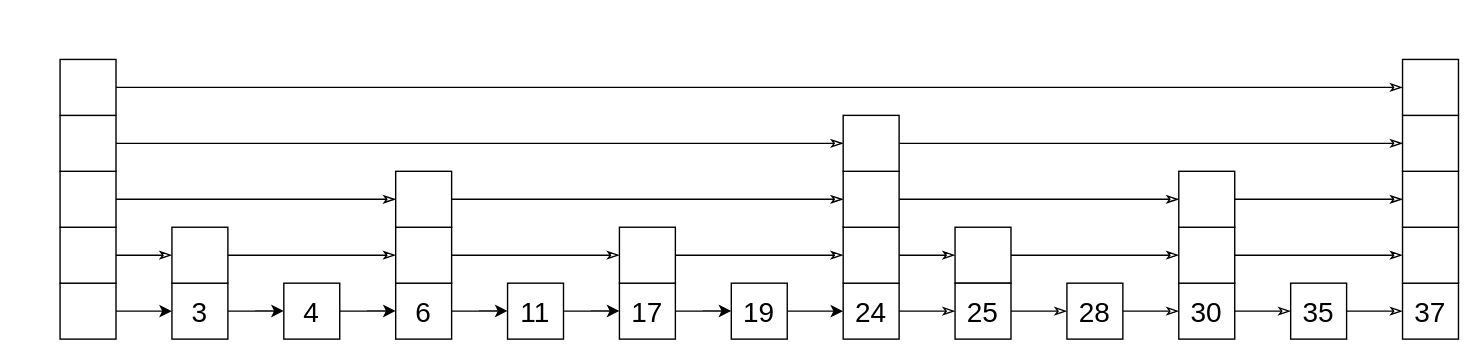
Before: resources/skiplist/sl_simple.svg, a diagram exported from draw.io (benjdod/datastructures). Source tidied: cells renumbered, new cells last; positions are measured from the earlier drawing's top-left corner, leaving out a move shared by most shapes.
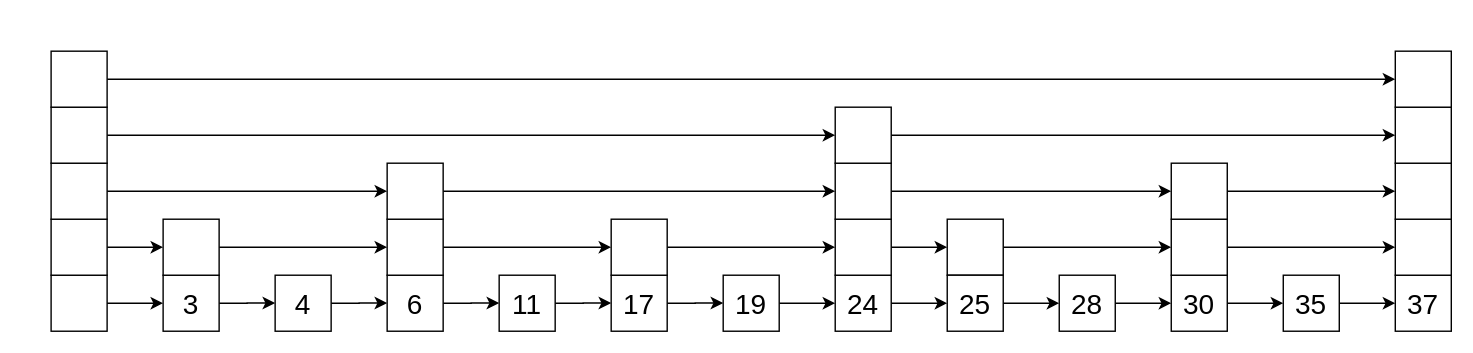
Later version of the same file.

Change to the diagram source:
```diff
@@ -54,61 +54,61 @@
     <mxCell id="15" style="edgeStyle=orthogonalEdgeStyle;rounded=0;jettySize=auto;html=1;exitX=1;exitY=0.5;exitDx=0;exitDy=0;" parent="1" edge="1" source="2" target="14">
       <mxGeometry relative="1" as="geometry" />
     </mxCell>
-    <mxCell id="16" style="edgeStyle=none;rounded=0;jettySize=auto;html=1;exitX=1;exitY=0.5;exitDx=0;exitDy=0;entryX=0;entryY=0.5;entryDx=0;entryDy=0;startArrow=none;startFill=0;endArrow=classicThin;endFill=0;strokeWidth=1;fontFamily=Helvetica;fontSize=12;" parent="1" edge="1" source="17" target="38">
+    <mxCell id="16" style="edgeStyle=none;rounded=0;jettySize=auto;html=1;exitX=1;exitY=0.5;exitDx=0;exitDy=0;entryX=0;entryY=0.5;entryDx=0;entryDy=0;startArrow=none;startFill=0;endArrow=classic;endFill=1;strokeWidth=1;fontFamily=Helvetica;fontSize=12;" parent="1" edge="1" source="17" target="38">
       <mxGeometry relative="1" as="geometry" />
     </mxCell>
     <mxCell id="17" style="whiteSpace=wrap;html=1;fontSize=10;fontFamily=Helvetica;" parent="1" vertex="1">
       <mxGeometry y="120" width="40" height="40" as="geometry" />
     </mxCell>
-    <mxCell id="18" style="edgeStyle=none;rounded=0;jettySize=auto;html=1;exitX=1;exitY=0.5;exitDx=0;exitDy=0;entryX=0;entryY=0.5;entryDx=0;entryDy=0;startArrow=none;startFill=0;endArrow=classicThin;endFill=0;strokeWidth=1;fontFamily=Helvetica;fontSize=12;" parent="1" edge="1" source="19" target="21">
+    <mxCell id="18" style="edgeStyle=none;rounded=0;jettySize=auto;html=1;exitX=1;exitY=0.5;exitDx=0;exitDy=0;entryX=0;entryY=0.5;entryDx=0;entryDy=0;startArrow=none;startFill=0;endArrow=classic;endFill=1;strokeWidth=1;fontFamily=Helvetica;fontSize=12;" parent="1" edge="1" source="19" target="21">
       <mxGeometry relative="1" as="geometry" />
     </mxCell>
     <mxCell id="19" style="whiteSpace=wrap;html=1;fontSize=20;fontFamily=Helvetica;" parent="1" vertex="1">
       <mxGeometry x="240" y="120" width="40" height="40" as="geometry" />
     </mxCell>
-    <mxCell id="20" style="edgeStyle=none;rounded=0;jettySize=auto;html=1;exitX=1;exitY=0.5;exitDx=0;exitDy=0;entryX=0;entryY=0.5;entryDx=0;entryDy=0;startArrow=none;startFill=0;endArrow=classicThin;endFill=0;strokeWidth=1;fontFamily=Helvetica;fontSize=12;" parent="1" edge="1" source="21" target="25">
+    <mxCell id="20" style="edgeStyle=none;rounded=0;jettySize=auto;html=1;exitX=1;exitY=0.5;exitDx=0;exitDy=0;entryX=0;entryY=0.5;entryDx=0;entryDy=0;startArrow=none;startFill=0;endArrow=classic;endFill=1;strokeWidth=1;fontFamily=Helvetica;fontSize=12;" parent="1" edge="1" source="21" target="25">
       <mxGeometry relative="1" as="geometry" />
     </mxCell>
     <mxCell id="21" style="whiteSpace=wrap;html=1;fontSize=12;fontFamily=Helvetica;" parent="1" vertex="1">
       <mxGeometry x="400" y="120" width="40" height="40" as="geometry" />
     </mxCell>
-    <mxCell id="22" style="edgeStyle=none;rounded=0;jettySize=auto;html=1;exitX=1;exitY=0.5;exitDx=0;exitDy=0;entryX=0;entryY=0.5;entryDx=0;entryDy=0;startArrow=none;startFill=0;endArrow=classicThin;endFill=0;strokeWidth=1;fontFamily=Helvetica;fontSize=12;" parent="1" edge="1" source="23" target="29">
+    <mxCell id="22" style="edgeStyle=none;rounded=0;jettySize=auto;html=1;exitX=1;exitY=0.5;exitDx=0;exitDy=0;entryX=0;entryY=0.5;entryDx=0;entryDy=0;startArrow=none;startFill=0;endArrow=classic;endFill=1;strokeWidth=1;fontFamily=Helvetica;fontSize=12;" parent="1" edge="1" source="23" target="29">
       <mxGeometry relative="1" as="geometry" />
     </mxCell>
     <mxCell id="23" value="24" style="whiteSpace=wrap;html=1;fontSize=20;fontFamily=Helvetica;" parent="1" vertex="1">
       <mxGeometry x="560" y="160" width="40" height="40" as="geometry" />
     </mxCell>
-    <mxCell id="24" style="edgeStyle=none;rounded=0;jettySize=auto;html=1;exitX=1;exitY=0.5;exitDx=0;exitDy=0;entryX=0;entryY=0.5;entryDx=0;entryDy=0;startArrow=none;startFill=0;endArrow=classicThin;endFill=0;strokeWidth=1;fontFamily=Helvetica;fontSize=12;" parent="1" edge="1" source="25" target="27">
+    <mxCell id="24" style="edgeStyle=none;rounded=0;jettySize=auto;html=1;exitX=1;exitY=0.5;exitDx=0;exitDy=0;entryX=0;entryY=0.5;entryDx=0;entryDy=0;startArrow=none;startFill=0;endArrow=classic;endFill=1;strokeWidth=1;fontFamily=Helvetica;fontSize=12;" parent="1" edge="1" source="25" target="27">
       <mxGeometry relative="1" as="geometry" />
     </mxCell>
     <mxCell id="25" style="whiteSpace=wrap;html=1;fontSize=20;fontFamily=Helvetica;" parent="1" vertex="1">
       <mxGeometry x="560" y="120" width="40" height="40" as="geometry" />
     </mxCell>
-    <mxCell id="26" style="edgeStyle=none;rounded=0;jettySize=auto;html=1;exitX=1;exitY=0.5;exitDx=0;exitDy=0;entryX=0;entryY=0.5;entryDx=0;entryDy=0;startArrow=none;startFill=0;endArrow=classicThin;endFill=0;strokeWidth=1;fontFamily=Helvetica;fontSize=12;" parent="1" edge="1" source="27" target="40">
+    <mxCell id="26" style="edgeStyle=none;rounded=0;jettySize=auto;html=1;exitX=1;exitY=0.5;exitDx=0;exitDy=0;entryX=0;entryY=0.5;entryDx=0;entryDy=0;startArrow=none;startFill=0;endArrow=classic;endFill=1;strokeWidth=1;fontFamily=Helvetica;fontSize=12;" parent="1" edge="1" source="27" target="40">
       <mxGeometry relative="1" as="geometry" />
     </mxCell>
     <mxCell id="27" style="whiteSpace=wrap;html=1;fontSize=20;fontFamily=Helvetica;" parent="1" vertex="1">
       <mxGeometry x="640" y="120" width="40" height="40" as="geometry" />
     </mxCell>
-    <mxCell id="28" style="edgeStyle=none;rounded=0;jettySize=auto;html=1;exitX=1;exitY=0.5;exitDx=0;exitDy=0;entryX=0;entryY=0.5;entryDx=0;entryDy=0;startArrow=none;startFill=0;endArrow=classicThin;endFill=0;strokeWidth=1;fontFamily=Helvetica;fontSize=12;" parent="1" edge="1" source="29" target="31">
+    <mxCell id="28" style="edgeStyle=none;rounded=0;jettySize=auto;html=1;exitX=1;exitY=0.5;exitDx=0;exitDy=0;entryX=0;entryY=0.5;entryDx=0;entryDy=0;startArrow=none;startFill=0;endArrow=classic;endFill=1;strokeWidth=1;fontFamily=Helvetica;fontSize=12;" parent="1" edge="1" source="29" target="31">
       <mxGeometry relative="1" as="geometry" />
     </mxCell>
     <mxCell id="29" value="25" style="whiteSpace=wrap;html=1;fontSize=20;fontFamily=Helvetica;" parent="1" vertex="1">
       <mxGeometry x="640" y="160" width="40" height="40" as="geometry" />
     </mxCell>
-    <mxCell id="30" style="edgeStyle=none;rounded=0;jettySize=auto;html=1;exitX=1;exitY=0.5;exitDx=0;exitDy=0;entryX=0;entryY=0.5;entryDx=0;entryDy=0;startArrow=none;startFill=0;endArrow=classicThin;endFill=0;strokeWidth=1;fontFamily=Helvetica;fontSize=12;" parent="1" edge="1" source="31" target="33">
+    <mxCell id="30" style="edgeStyle=none;rounded=0;jettySize=auto;html=1;exitX=1;exitY=0.5;exitDx=0;exitDy=0;entryX=0;entryY=0.5;entryDx=0;entryDy=0;startArrow=none;startFill=0;endArrow=classic;endFill=1;strokeWidth=1;fontFamily=Helvetica;fontSize=12;" parent="1" edge="1" source="31" target="33">
       <mxGeometry relative="1" as="geometry" />
     </mxCell>
     <mxCell id="31" value="28" style="whiteSpace=wrap;html=1;fontSize=20;fontFamily=Helvetica;" parent="1" vertex="1">
       <mxGeometry x="720" y="160" width="40" height="40" as="geometry" />
     </mxCell>
-    <mxCell id="32" style="edgeStyle=none;rounded=0;jettySize=auto;html=1;exitX=1;exitY=0.5;exitDx=0;exitDy=0;entryX=0;entryY=0.5;entryDx=0;entryDy=0;startArrow=none;startFill=0;endArrow=classicThin;endFill=0;strokeWidth=1;fontFamily=Helvetica;fontSize=12;" parent="1" edge="1" source="33" target="35">
+    <mxCell id="32" style="edgeStyle=none;rounded=0;jettySize=auto;html=1;exitX=1;exitY=0.5;exitDx=0;exitDy=0;entryX=0;entryY=0.5;entryDx=0;entryDy=0;startArrow=none;startFill=0;endArrow=classic;endFill=1;strokeWidth=1;fontFamily=Helvetica;fontSize=12;" parent="1" edge="1" source="33" target="35">
       <mxGeometry relative="1" as="geometry" />
     </mxCell>
     <mxCell id="33" value="30" style="whiteSpace=wrap;html=1;fontSize=20;fontFamily=Helvetica;" parent="1" vertex="1">
       <mxGeometry x="800" y="160" width="40" height="40" as="geometry" />
     </mxCell>
-    <mxCell id="34" style="edgeStyle=none;rounded=0;jettySize=auto;html=1;exitX=1;exitY=0.5;exitDx=0;exitDy=0;startArrow=none;startFill=0;endArrow=classicThin;endFill=0;strokeWidth=1;fontFamily=Helvetica;fontSize=12;entryX=0;entryY=0.5;entryDx=0;entryDy=0;" parent="1" edge="1" source="35" target="36">
+    <mxCell id="34" style="edgeStyle=none;rounded=0;jettySize=auto;html=1;exitX=1;exitY=0.5;exitDx=0;exitDy=0;startArrow=none;startFill=0;endArrow=classic;endFill=1;strokeWidth=1;fontFamily=Helvetica;fontSize=12;entryX=0;entryY=0.5;entryDx=0;entryDy=0;" parent="1" edge="1" source="35" target="36">
       <mxGeometry relative="1" as="geometry" />
     </mxCell>
     <mxCell id="35" value="35" style="whiteSpace=wrap;html=1;fontSize=20;fontFamily=Helvetica;" parent="1" vertex="1">
@@ -117,13 +117,13 @@
     <mxCell id="36" value="37" style="whiteSpace=wrap;html=1;fontSize=20;fontFamily=Helvetica;" parent="1" vertex="1">
       <mxGeometry x="960" y="160" width="40" height="40" as="geometry" />
     </mxCell>
-    <mxCell id="37" style="edgeStyle=none;rounded=0;jettySize=auto;html=1;exitX=1;exitY=0.5;exitDx=0;exitDy=0;entryX=0;entryY=0.5;entryDx=0;entryDy=0;startArrow=none;startFill=0;endArrow=classicThin;endFill=0;strokeWidth=1;fontFamily=Helvetica;fontSize=12;" parent="1" edge="1" source="38" target="19">
+    <mxCell id="37" style="edgeStyle=none;rounded=0;jettySize=auto;html=1;exitX=1;exitY=0.5;exitDx=0;exitDy=0;entryX=0;entryY=0.5;entryDx=0;entryDy=0;startArrow=none;startFill=0;endArrow=classic;endFill=1;strokeWidth=1;fontFamily=Helvetica;fontSize=12;" parent="1" edge="1" source="38" target="19">
       <mxGeometry relative="1" as="geometry" />
     </mxCell>
     <mxCell id="38" style="whiteSpace=wrap;html=1;fontSize=20;fontFamily=Helvetica;" parent="1" vertex="1">
       <mxGeometry x="80" y="120" width="40" height="40" as="geometry" />
     </mxCell>
-    <mxCell id="39" style="edgeStyle=none;rounded=0;jettySize=auto;html=1;exitX=1;exitY=0.5;exitDx=0;exitDy=0;startArrow=none;startFill=0;endArrow=classicThin;endFill=0;strokeWidth=1;fontFamily=Helvetica;fontSize=12;" parent="1" edge="1" source="40" target="41">
+    <mxCell id="39" style="edgeStyle=none;rounded=0;jettySize=auto;html=1;exitX=1;exitY=0.5;exitDx=0;exitDy=0;startArrow=none;startFill=0;endArrow=classic;endFill=1;strokeWidth=1;fontFamily=Helvetica;fontSize=12;" parent="1" edge="1" source="40" target="41">
       <mxGeometry relative="1" as="geometry" />
     </mxCell>
     <mxCell id="40" style="whiteSpace=wrap;html=1;fontSize=20;fontFamily=Helvetica;" parent="1" vertex="1">
@@ -132,25 +132,25 @@
     <mxCell id="41" style="whiteSpace=wrap;html=1;fontSize=20;fontFamily=Helvetica;" parent="1" vertex="1">
       <mxGeometry x="960" y="120" width="40" height="40" as="geometry" />
     </mxCell>
-    <mxCell id="42" style="edgeStyle=none;rounded=0;jettySize=auto;html=1;exitX=1;exitY=0.5;exitDx=0;exitDy=0;entryX=0;entryY=0.5;entryDx=0;entryDy=0;startArrow=none;startFill=0;endArrow=classicThin;endFill=0;strokeWidth=1;fontFamily=Helvetica;fontSize=12;" parent="1" edge="1" source="43" target="45">
+    <mxCell id="42" style="edgeStyle=none;rounded=0;jettySize=auto;html=1;exitX=1;exitY=0.5;exitDx=0;exitDy=0;entryX=0;entryY=0.5;entryDx=0;entryDy=0;startArrow=none;startFill=0;endArrow=classic;endFill=1;strokeWidth=1;fontFamily=Helvetica;fontSize=12;" parent="1" edge="1" source="43" target="45">
       <mxGeometry relative="1" as="geometry" />
     </mxCell>
     <mxCell id="43" style="whiteSpace=wrap;html=1;fontSize=10;fontFamily=Helvetica;" parent="1" vertex="1">
       <mxGeometry y="80" width="40" height="40" as="geometry" />
     </mxCell>
-    <mxCell id="44" style="edgeStyle=none;rounded=0;jettySize=auto;html=1;exitX=1;exitY=0.5;exitDx=0;exitDy=0;entryX=0;entryY=0.5;entryDx=0;entryDy=0;startArrow=none;startFill=0;endArrow=classicThin;endFill=0;strokeWidth=1;fontFamily=Helvetica;fontSize=12;" parent="1" edge="1" source="45" target="47">
+    <mxCell id="44" style="edgeStyle=none;rounded=0;jettySize=auto;html=1;exitX=1;exitY=0.5;exitDx=0;exitDy=0;entryX=0;entryY=0.5;entryDx=0;entryDy=0;startArrow=none;startFill=0;endArrow=classic;endFill=1;strokeWidth=1;fontFamily=Helvetica;fontSize=12;" parent="1" edge="1" source="45" target="47">
       <mxGeometry relative="1" as="geometry" />
     </mxCell>
     <mxCell id="45" style="whiteSpace=wrap;html=1;fontSize=10;fontFamily=Helvetica;" parent="1" vertex="1">
       <mxGeometry x="240" y="80" width="40" height="40" as="geometry" />
     </mxCell>
-    <mxCell id="46" style="edgeStyle=none;rounded=0;jettySize=auto;html=1;exitX=1;exitY=0.5;exitDx=0;exitDy=0;entryX=0;entryY=0.5;entryDx=0;entryDy=0;startArrow=none;startFill=0;endArrow=classicThin;endFill=0;strokeWidth=1;fontFamily=Helvetica;fontSize=12;" parent="1" edge="1" source="47" target="49">
+    <mxCell id="46" style="edgeStyle=none;rounded=0;jettySize=auto;html=1;exitX=1;exitY=0.5;exitDx=0;exitDy=0;entryX=0;entryY=0.5;entryDx=0;entryDy=0;startArrow=none;startFill=0;endArrow=classic;endFill=1;strokeWidth=1;fontFamily=Helvetica;fontSize=12;" parent="1" edge="1" source="47" target="49">
       <mxGeometry relative="1" as="geometry" />
     </mxCell>
     <mxCell id="47" style="whiteSpace=wrap;html=1;fontSize=10;fontFamily=Helvetica;" parent="1" vertex="1">
       <mxGeometry x="560" y="80" width="40" height="40" as="geometry" />
     </mxCell>
-    <mxCell id="48" style="edgeStyle=none;rounded=0;jettySize=auto;html=1;exitX=1;exitY=0.5;exitDx=0;exitDy=0;entryX=0;entryY=0.5;entryDx=0;entryDy=0;startArrow=none;startFill=0;endArrow=classicThin;endFill=0;strokeWidth=1;fontFamily=Helvetica;fontSize=12;" parent="1" edge="1" source="49" target="50">
+    <mxCell id="48" style="edgeStyle=none;rounded=0;jettySize=auto;html=1;exitX=1;exitY=0.5;exitDx=0;exitDy=0;entryX=0;entryY=0.5;entryDx=0;entryDy=0;startArrow=none;startFill=0;endArrow=classic;endFill=1;strokeWidth=1;fontFamily=Helvetica;fontSize=12;" parent="1" edge="1" source="49" target="50">
       <mxGeometry relative="1" as="geometry" />
     </mxCell>
     <mxCell id="49" style="whiteSpace=wrap;html=1;fontSize=10;fontFamily=Helvetica;" parent="1" vertex="1">
@@ -159,13 +159,13 @@
     <mxCell id="50" style="whiteSpace=wrap;html=1;fontSize=10;fontFamily=Helvetica;" parent="1" vertex="1">
       <mxGeometry x="960" y="80" width="40" height="40" as="geometry" />
     </mxCell>
-    <mxCell id="51" style="edgeStyle=none;rounded=0;jettySize=auto;html=1;exitX=1;exitY=0.5;exitDx=0;exitDy=0;entryX=0;entryY=0.5;entryDx=0;entryDy=0;startArrow=none;startFill=0;endArrow=classicThin;endFill=0;strokeWidth=1;fontFamily=Helvetica;fontSize=12;" parent="1" edge="1" source="52" target="54">
+    <mxCell id="51" style="edgeStyle=none;rounded=0;jettySize=auto;html=1;exitX=1;exitY=0.5;exitDx=0;exitDy=0;entryX=0;entryY=0.5;entryDx=0;entryDy=0;startArrow=none;startFill=0;endArrow=classic;endFill=1;strokeWidth=1;fontFamily=Helvetica;fontSize=12;" parent="1" edge="1" source="52" target="54">
       <mxGeometry relative="1" as="geometry" />
     </mxCell>
     <mxCell id="52" style="whiteSpace=wrap;html=1;fontSize=10;fontFamily=Helvetica;" parent="1" vertex="1">
       <mxGeometry y="40" width="40" height="40" as="geometry" />
     </mxCell>
-    <mxCell id="53" style="edgeStyle=none;rounded=0;jettySize=auto;html=1;exitX=1;exitY=0.5;exitDx=0;exitDy=0;entryX=0;entryY=0.5;entryDx=0;entryDy=0;startArrow=none;startFill=0;endArrow=classicThin;endFill=0;strokeWidth=1;fontFamily=Helvetica;fontSize=12;" parent="1" edge="1" source="54" target="55">
+    <mxCell id="53" style="edgeStyle=none;rounded=0;jettySize=auto;html=1;exitX=1;exitY=0.5;exitDx=0;exitDy=0;entryX=0;entryY=0.5;entryDx=0;entryDy=0;startArrow=none;startFill=0;endArrow=classic;endFill=1;strokeWidth=1;fontFamily=Helvetica;fontSize=12;" parent="1" edge="1" source="54" target="55">
       <mxGeometry relative="1" as="geometry" />
     </mxCell>
     <mxCell id="54" style="whiteSpace=wrap;html=1;fontSize=10;fontFamily=Helvetica;" parent="1" vertex="1">
@@ -174,7 +174,7 @@
     <mxCell id="55" style="whiteSpace=wrap;html=1;fontSize=10;fontFamily=Helvetica;" parent="1" vertex="1">
       <mxGeometry x="960" y="40" width="40" height="40" as="geometry" />
     </mxCell>
-    <mxCell id="56" style="edgeStyle=none;rounded=0;jettySize=auto;html=1;exitX=1;exitY=0.5;exitDx=0;exitDy=0;entryX=0;entryY=0.5;entryDx=0;entryDy=0;startArrow=none;startFill=0;endArrow=classicThin;endFill=0;strokeWidth=1;fontFamily=Helvetica;fontSize=12;" parent="1" edge="1" source="57" target="58">
+    <mxCell id="56" style="edgeStyle=none;rounded=0;jettySize=auto;html=1;exitX=1;exitY=0.5;exitDx=0;exitDy=0;entryX=0;entryY=0.5;entryDx=0;entryDy=0;startArrow=none;startFill=0;endArrow=classic;endFill=1;strokeWidth=1;fontFamily=Helvetica;fontSize=12;" parent="1" edge="1" source="57" target="58">
       <mxGeometry relative="1" as="geometry" />
     </mxCell>
     <mxCell id="57" style="whiteSpace=wrap;html=1;fontSize=10;fontFamily=Helvetica;" parent="1" vertex="1">
```
